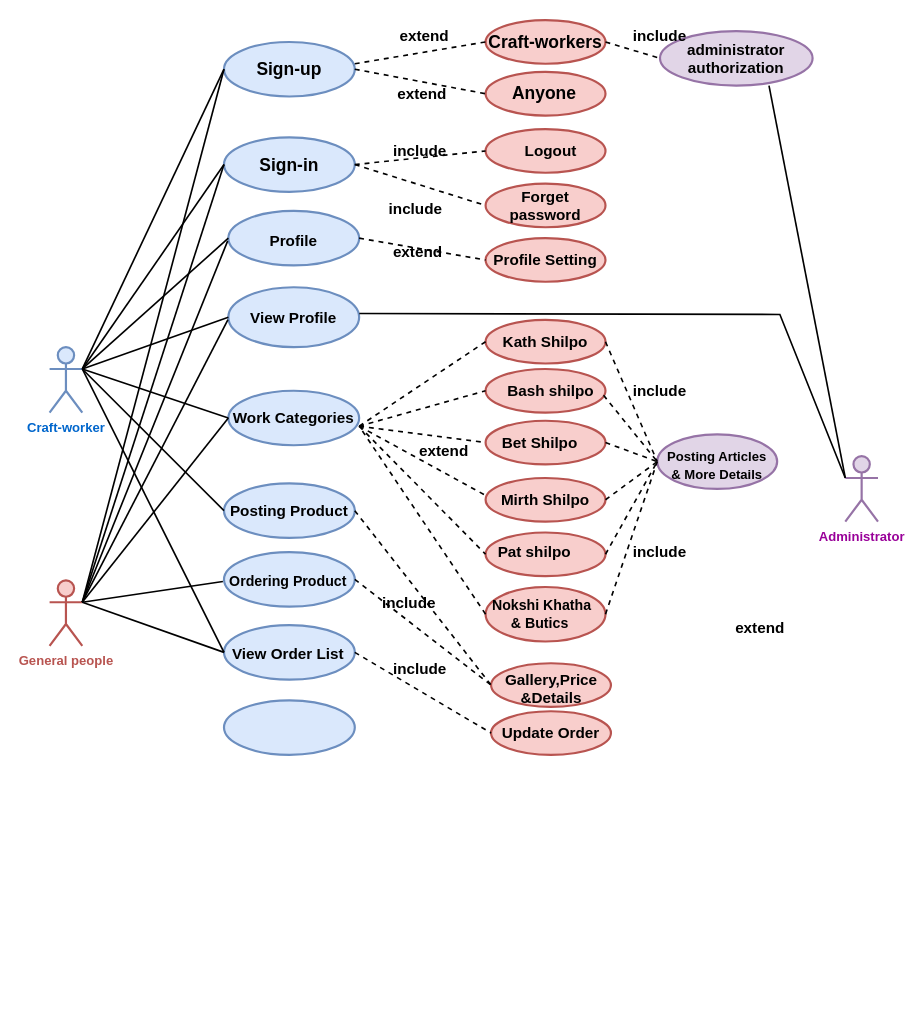
Earlier version of the draw.io diagram se231use.drawio (Fatema-A-Ferdaus/se231). Source tidied: cells renumbered, new cells numbered last; positions are measured from the earlier drawing's top-left corner, leaving out a move shared by most shapes. Both pictures are drawn from the tidied source at 109%, with x=0, y=0 at pixel (49, 20).
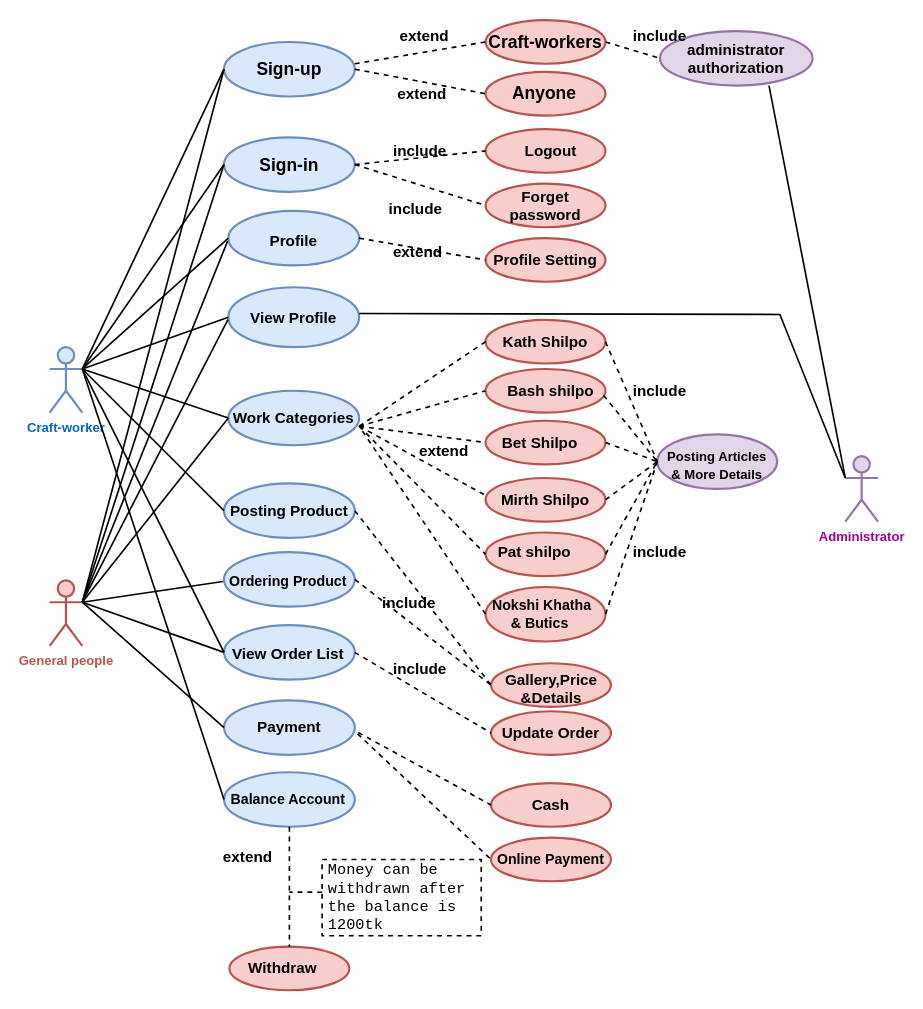
Above is the later version.

Unchanged cells that the change refers to:
```xml
<mxCell id="2" value="&lt;font color=&quot;#0066CC&quot;&gt;&lt;b&gt;Craft-worker&lt;/b&gt;&lt;/font&gt;" style="shape=umlActor;verticalLabelPosition=bottom;verticalAlign=top;html=1;outlineConnect=0;fillColor=#dae8fc;strokeColor=#6c8ebf;strokeWidth=2;" parent="1" vertex="1">
  <mxGeometry y="300" width="30" height="60" as="geometry" />
</mxCell>
<mxCell id="3" value="&lt;font color=&quot;#B85450&quot;&gt;&lt;b&gt;General people&lt;/b&gt;&lt;/font&gt;" style="shape=umlActor;verticalLabelPosition=bottom;verticalAlign=top;html=1;outlineConnect=0;fillColor=#f8cecc;strokeColor=#B85450;strokeWidth=2;" parent="1" vertex="1">
  <mxGeometry y="514" width="30" height="60" as="geometry" />
</mxCell>
<mxCell id="71" style="ellipse;whiteSpace=wrap;html=1;fillColor=#dae8fc;strokeColor=#6c8ebf;strokeWidth=2;" parent="1" vertex="1">
  <mxGeometry x="160" y="624" width="120" height="50" as="geometry" />
</mxCell>
```

What changed in the source:
```diff
@@
     <mxCell id="76" value="&lt;font size=&quot;1&quot;&gt;&lt;b style=&quot;font-size: 14px&quot;&gt;extend&lt;/b&gt;&lt;/font&gt;" style="text;html=1;align=center;verticalAlign=middle;whiteSpace=wrap;rounded=0;" parent="1" vertex="1">
-      <mxGeometry x="620" y="545" width="64" height="25" as="geometry" />
+      <mxGeometry x="150" y="755" width="64" height="25" as="geometry" />
     </mxCell>
@@
+    <mxCell id="101" value="&lt;b&gt;Payment&lt;/b&gt;" style="text;html=1;strokeColor=none;fillColor=none;align=center;verticalAlign=middle;whiteSpace=wrap;rounded=0;fontSize=14;" parent="1" vertex="1">
+      <mxGeometry x="190" y="634" width="60" height="30" as="geometry" />
+    </mxCell>
+    <mxCell id="102" style="ellipse;whiteSpace=wrap;html=1;fillColor=#dae8fc;strokeColor=#6c8ebf;strokeWidth=2;" parent="1" vertex="1">
+      <mxGeometry x="160" y="690" width="120" height="50" as="geometry" />
+    </mxCell>
+    <mxCell id="103" style="ellipse;whiteSpace=wrap;html=1;strokeColor=#b85450;strokeWidth=2;fillColor=#f8cecc;" parent="1" vertex="1">
+      <mxGeometry x="405" y="700" width="110" height="40" as="geometry" />
+    </mxCell>
+    <mxCell id="104" style="ellipse;whiteSpace=wrap;html=1;strokeColor=#b85450;strokeWidth=2;fillColor=#f8cecc;" parent="1" vertex="1">
+      <mxGeometry x="405" y="750" width="110" height="40" as="geometry" />
+    </mxCell>
+    <mxCell id="105" style="endArrow=none;dashed=1;html=1;rounded=0;fontSize=14;strokeColor=default;strokeWidth=1.5;entryX=0;entryY=0.5;entryDx=0;entryDy=0;exitX=1.026;exitY=0.591;exitDx=0;exitDy=0;exitPerimeter=0;" parent="1" edge="1" source="71" target="103">
+      <mxGeometry relative="1" as="geometry" />
+    </mxCell>
+    <mxCell id="106" style="endArrow=none;dashed=1;html=1;rounded=0;fontSize=14;strokeColor=default;strokeWidth=1.5;exitX=1.021;exitY=0.614;exitDx=0;exitDy=0;exitPerimeter=0;entryX=0;entryY=0.5;entryDx=0;entryDy=0;" parent="1" edge="1" source="71" target="104">
+      <mxGeometry relative="1" as="geometry" />
+    </mxCell>
+    <mxCell id="107" value="&lt;b&gt;Cash&lt;/b&gt;" style="text;html=1;strokeColor=none;fillColor=none;align=center;verticalAlign=middle;whiteSpace=wrap;rounded=0;fontSize=14;" parent="1" vertex="1">
+      <mxGeometry x="430" y="705" width="60" height="30" as="geometry" />
+    </mxCell>
+    <mxCell id="108" value="&lt;font style=&quot;font-size: 13px&quot;&gt;&lt;b&gt;Online Payment&lt;/b&gt;&lt;/font&gt;" style="text;html=1;strokeColor=none;fillColor=none;align=center;verticalAlign=middle;whiteSpace=wrap;rounded=0;fontSize=14;" parent="1" vertex="1">
+      <mxGeometry x="405" y="755" width="110" height="30" as="geometry" />
+    </mxCell>
+    <mxCell id="109" style="endArrow=none;html=1;rounded=0;fontSize=13;strokeColor=default;strokeWidth=1.5;entryX=0;entryY=0.5;entryDx=0;entryDy=0;exitX=1;exitY=0.3333333333333333;exitDx=0;exitDy=0;exitPerimeter=0;" parent="1" edge="1" source="3" target="71">
+      <mxGeometry relative="1" as="geometry" />
+    </mxCell>
+    <mxCell id="110" value="&lt;b&gt;Balance Account&lt;/b&gt;" style="text;html=1;strokeColor=none;fillColor=none;align=center;verticalAlign=middle;whiteSpace=wrap;rounded=0;fontSize=13;" parent="1" vertex="1">
+      <mxGeometry x="164" y="705" width="110" height="20" as="geometry" />
+    </mxCell>
+    <mxCell id="111" style="endArrow=none;html=1;rounded=0;fontSize=13;strokeColor=default;strokeWidth=1.5;entryX=0;entryY=0.5;entryDx=0;entryDy=0;exitX=1;exitY=0.3333333333333333;exitDx=0;exitDy=0;exitPerimeter=0;" parent="1" edge="1" source="2" target="102">
+      <mxGeometry relative="1" as="geometry" />
+    </mxCell>
+    <mxCell id="112" style="ellipse;whiteSpace=wrap;html=1;strokeColor=#b85450;strokeWidth=2;fillColor=#f8cecc;" parent="1" vertex="1">
+      <mxGeometry x="165" y="850" width="110" height="40" as="geometry" />
+    </mxCell>
+    <mxCell id="113" value="&lt;font size=&quot;1&quot;&gt;&lt;b style=&quot;font-size: 14px&quot;&gt;Withdraw&lt;/b&gt;&lt;/font&gt;" style="text;html=1;strokeColor=none;fillColor=none;align=center;verticalAlign=middle;whiteSpace=wrap;rounded=0;fontSize=13;" parent="1" vertex="1">
+      <mxGeometry x="184" y="855" width="60" height="30" as="geometry" />
+    </mxCell>
+    <mxCell id="114" value="&lt;div align=&quot;justify&quot;&gt;&lt;pre class=&quot;tw-data-text tw-text-large tw-ta&quot; id=&quot;tw-target-text&quot; style=&quot;text-align: left&quot; dir=&quot;ltr&quot;&gt;&lt;span class=&quot;Y2IQFc&quot; lang=&quot;en&quot;&gt;Money can be &lt;br&gt;withdrawn after &lt;br&gt;the balance is &lt;br&gt;1200tk&lt;/span&gt;&lt;/pre&gt;&lt;/div&gt;" style="rounded=0;whiteSpace=wrap;html=1;fontSize=14;dashed=1;strokeWidth=1.5;" parent="1" vertex="1">
+      <mxGeometry x="250" y="770" width="146" height="70" as="geometry" />
+    </mxCell>
+    <mxCell id="115" style="endArrow=none;dashed=1;html=1;rounded=0;fontSize=14;strokeColor=default;strokeWidth=1.5;entryX=0.5;entryY=0;entryDx=0;entryDy=0;" parent="1" edge="1" target="112">
+      <mxGeometry relative="1" as="geometry">
+        <mxPoint x="220" y="740" as="sourcePoint" />
+      </mxGeometry>
+    </mxCell>
+    <mxCell id="116" style="endArrow=none;dashed=1;html=1;rounded=0;fontSize=14;strokeColor=default;strokeWidth=1.5;exitX=0;exitY=0.429;exitDx=0;exitDy=0;exitPerimeter=0;" parent="1" edge="1" source="114">
+      <mxGeometry relative="1" as="geometry">
+        <mxPoint x="220" y="800" as="targetPoint" />
+      </mxGeometry>
+    </mxCell>
```
